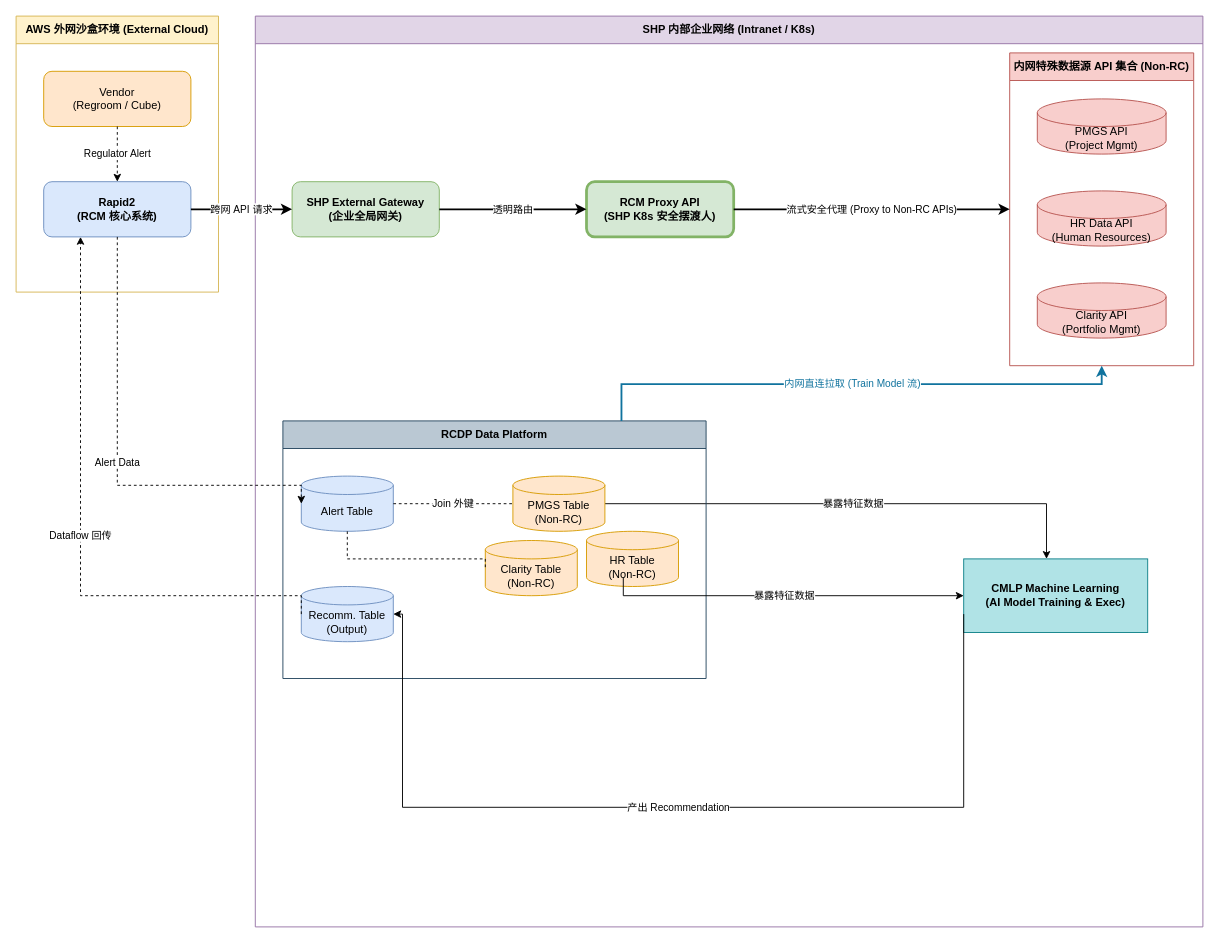
nvd11/f_store keeps this draw.io diagram as drawio/rcm_architecture.drawio. Above is the earlier version. Source tidied: cells renumbered, new cells numbered last; positions are measured from the earlier drawing's top-left corner, leaving out a move shared by most shapes. Both pictures are drawn from the tidied source at 92%, with x=0, y=0 at pixel (16, 16).
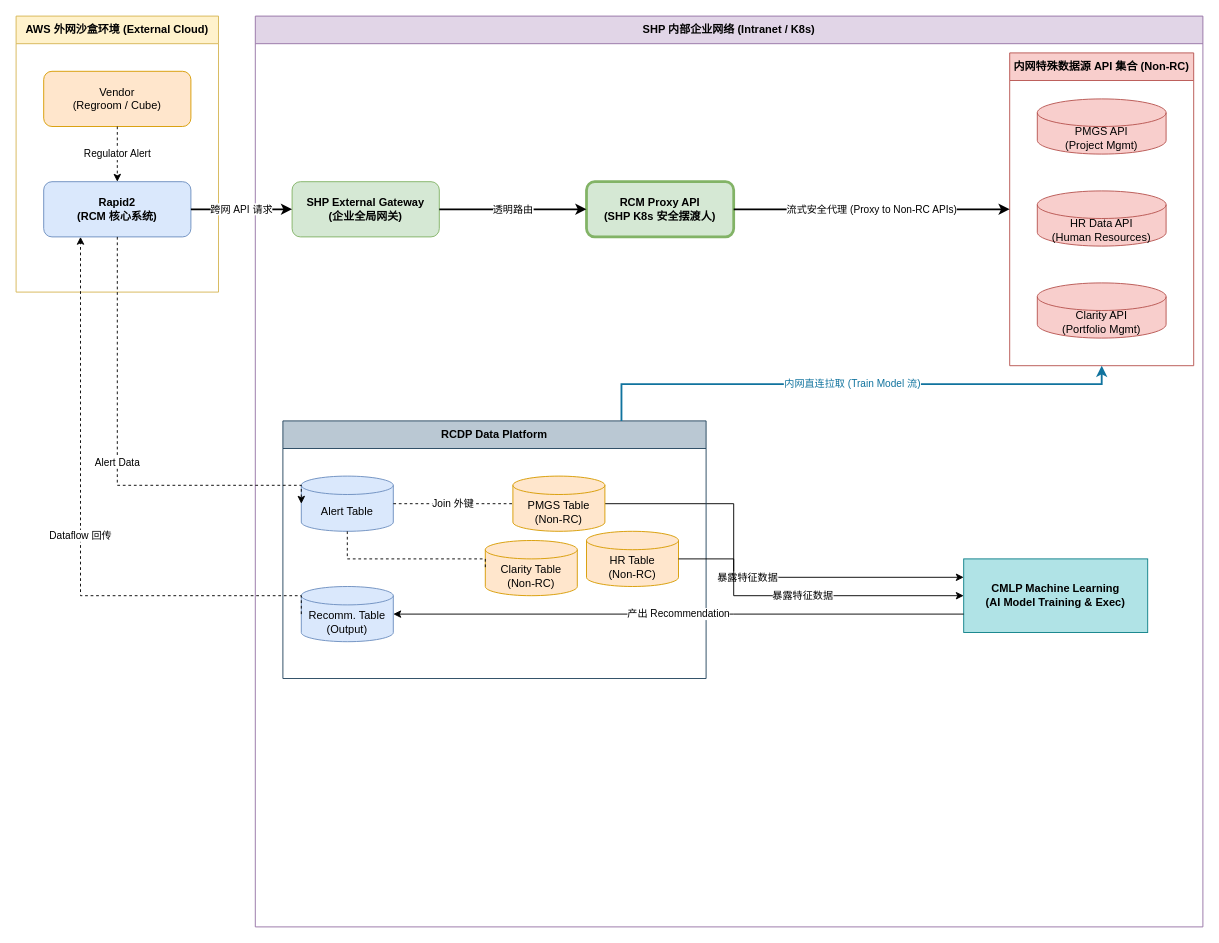
The same diagram, later.

Commit message:
fix(architecture): cleanup edge points for e8, e9, and R4HB6kozTw_twWb8WWxk-2 after manual drag

The change refers to these unchanged cells:
```xml
<mxCell id="3" value="SHP 内部企业网络 (Intranet / K8s)" style="swimlane;whiteSpace=wrap;html=1;fillColor=#e1d5e7;strokeColor=#9673a6;startSize=30;fontStyle=1;" parent="1" vertex="1">
  <mxGeometry x="260" width="1030" height="990" as="geometry" />
</mxCell>
<mxCell id="10" value="CMLP Machine Learning&#10;(AI Model Training &amp; Exec)" style="rounded=0;whiteSpace=wrap;html=1;fillColor=#b0e3e6;strokeColor=#0e8088;fontStyle=1;" parent="3" vertex="1">
  <mxGeometry x="770" y="590" width="200" height="80" as="geometry" />
</mxCell>
<mxCell id="17" value="Recomm. Table&#10;(Output)" style="shape=cylinder3;whiteSpace=wrap;html=1;boundedLbl=1;backgroundOutline=1;size=10;fillColor=#dae8fc;strokeColor=#6c8ebf;" parent="15" vertex="1">
  <mxGeometry x="20" y="180" width="100" height="60" as="geometry" />
</mxCell>
<mxCell id="18" value="PMGS Table&#10;(Non-RC)" style="shape=cylinder3;whiteSpace=wrap;html=1;boundedLbl=1;backgroundOutline=1;size=10;fillColor=#ffe6cc;strokeColor=#d79b00;" parent="15" vertex="1">
  <mxGeometry x="250" y="60" width="100" height="60" as="geometry" />
</mxCell>
<mxCell id="19" value="HR Table&#10;(Non-RC)" style="shape=cylinder3;whiteSpace=wrap;html=1;boundedLbl=1;backgroundOutline=1;size=10;fillColor=#ffe6cc;strokeColor=#d79b00;" parent="15" vertex="1">
  <mxGeometry x="330" y="120" width="100" height="60" as="geometry" />
</mxCell>
```

Diff of the diagram source:
```diff
@@
-    <mxCell id="11" value="暴露特征数据" style="edgeStyle=orthogonalEdgeStyle;rounded=0;jettySize=auto;html=1;entryX=0;entryY=0.25;entryDx=0;entryDy=0;exitX=1;exitY=0.5;exitDx=0;exitDy=0;exitPerimeter=0;" parent="3" edge="1" source="18">
+    <mxCell id="11" value="暴露特征数据" style="edgeStyle=orthogonalEdgeStyle;rounded=0;jettySize=auto;html=1;entryX=0;entryY=0.25;entryDx=0;entryDy=0;exitX=1;exitY=0.5;exitDx=0;exitDy=0;exitPerimeter=0;" parent="1" edge="1" source="18" target="10">
       <mxGeometry relative="1" as="geometry">
-        <mxPoint x="860" y="590" as="targetPoint" />
         <Array as="points">
-          <mxPoint x="860" y="530" />
+          <mxPoint x="780" y="530" />
+          <mxPoint x="780" y="610" />
         </Array>
       </mxGeometry>
     </mxCell>
@@
     <mxCell id="28" value="产出 Recommendation" style="edgeStyle=orthogonalEdgeStyle;rounded=0;jettySize=auto;html=1;exitX=0;exitY=0.75;exitDx=0;exitDy=0;entryX=1;entryY=0.5;entryDx=0;entryDy=0;entryPerimeter=0;" parent="1" edge="1" source="10" target="17">
       <mxGeometry relative="1" as="geometry">
         <Array as="points">
-          <mxPoint x="1030" y="860" />
-          <mxPoint x="420" y="860" />
-          <mxPoint x="420" y="650" />
+          <mxPoint x="780" y="650" />
+          <mxPoint x="780" y="650" />
         </Array>
       </mxGeometry>
     </mxCell>
@@
-    <mxCell id="30" value="暴露特征数据" style="edgeStyle=orthogonalEdgeStyle;rounded=0;orthogonalLoop=1;jettySize=auto;html=1;exitX=1;exitY=0.5;exitDx=0;exitDy=0;exitPerimeter=0;" parent="1" edge="1">
+    <mxCell id="30" value="暴露特征数据" style="edgeStyle=orthogonalEdgeStyle;rounded=0;jettySize=auto;html=1;exitX=1;exitY=0.5;exitDx=0;exitDy=0;exitPerimeter=0;entryX=0;entryY=0.5;entryDx=0;entryDy=0;" parent="1" edge="1" source="19" target="10">
       <mxGeometry relative="1" as="geometry">
-        <mxPoint x="660" y="610" as="sourcePoint" />
-        <mxPoint x="1030" y="630" as="targetPoint" />
         <Array as="points">
-          <mxPoint x="660" y="630" />
+          <mxPoint x="780" y="590" />
+          <mxPoint x="780" y="630" />
         </Array>
       </mxGeometry>
     </mxCell>
```
